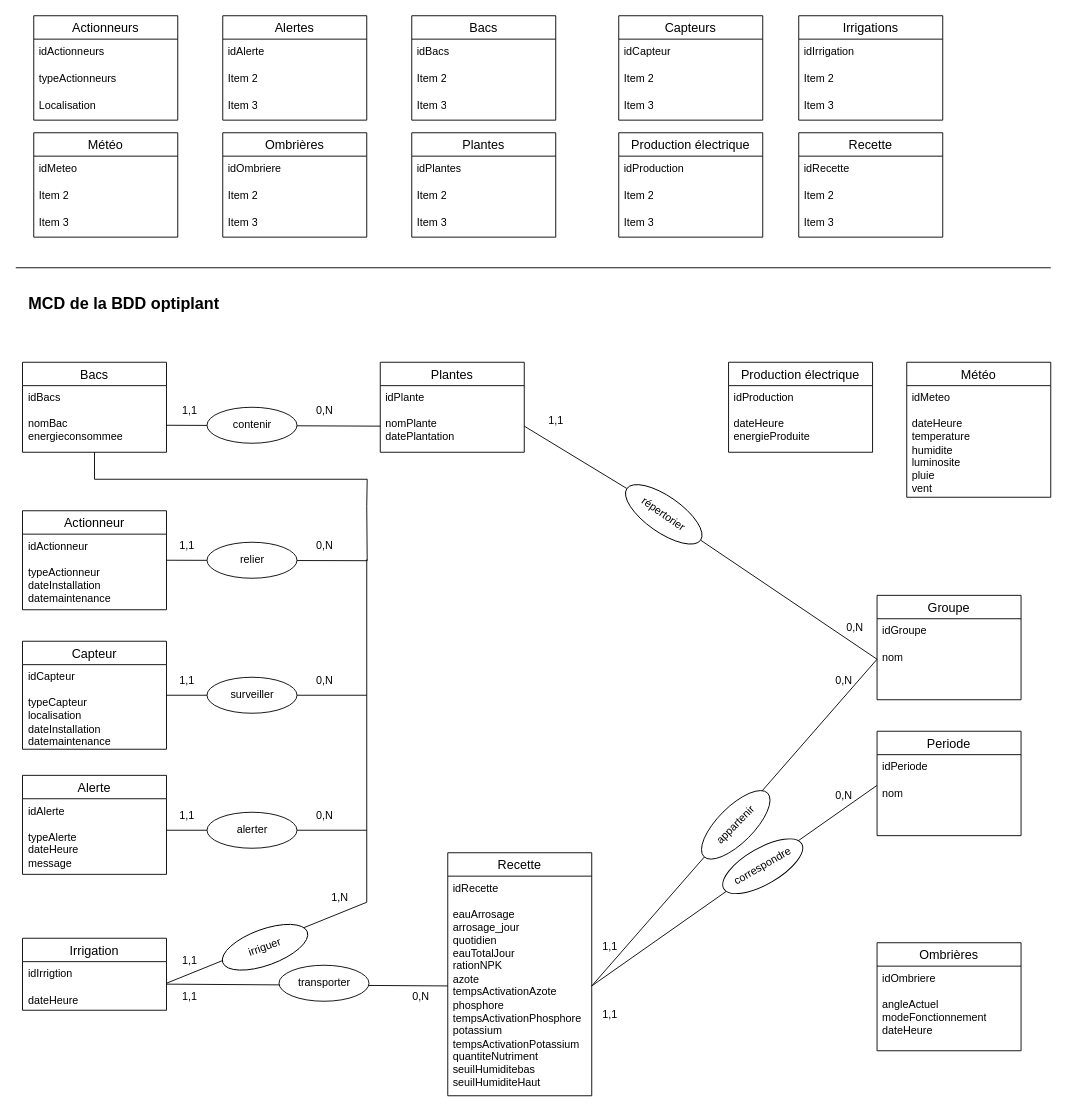
SAE601/BDD keeps this draw.io diagram as MCD.drawio. Above is the earlier version. Source tidied: cells renumbered, new cells numbered last; positions are measured from the earlier drawing's top-left corner, leaving out a move shared by most shapes. Both pictures are drawn from the tidied source at 90%, with x=0, y=0 at pixel (15, 15).
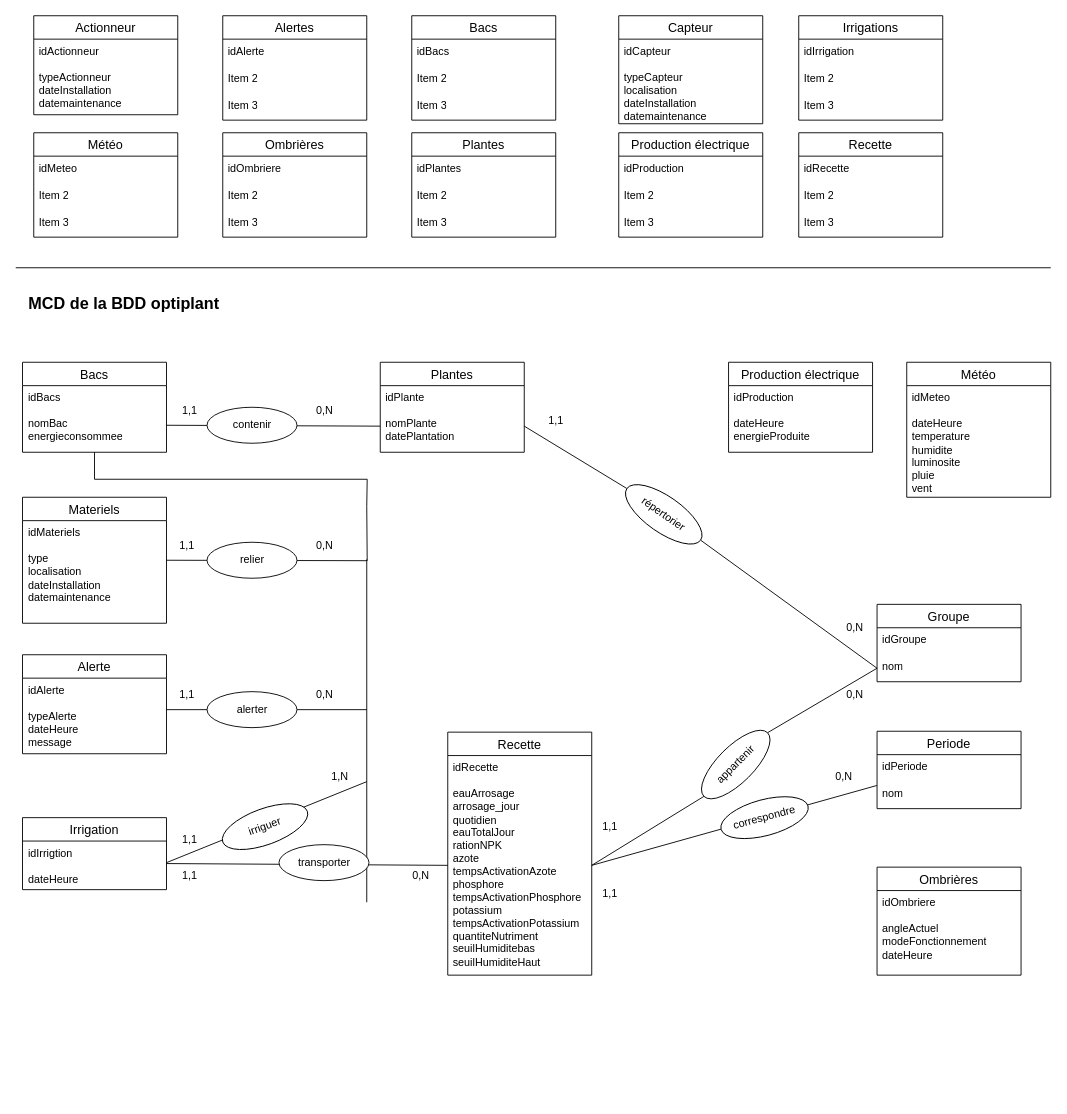
After the change.

The change refers to these unchanged cells:
```xml
<mxCell id="74" value="nom" style="text;strokeColor=none;fillColor=none;spacingLeft=4;spacingRight=4;overflow=hidden;points=[[0,0.5],[1,0.5]];portConstraint=eastwest;fontSize=12;whiteSpace=wrap;html=1;" parent="72" vertex="1">
  <mxGeometry y="56" width="160" height="30" as="geometry" />
</mxCell>
<mxCell id="95" value="&lt;div&gt;idRecette&lt;br&gt;&lt;/div&gt;&lt;div&gt;&lt;br&gt;&lt;/div&gt;&lt;div&gt;eauArrosage&lt;/div&gt;&lt;div&gt;&lt;div&gt;arrosage_jour&lt;/div&gt;&lt;div&gt;quotidien&lt;/div&gt;&lt;div&gt;eauTotalJour&lt;/div&gt;&lt;div&gt;&lt;span style=&quot;font-weight: normal;&quot;&gt;rationNPK&lt;/span&gt;&lt;br&gt;azote&lt;br&gt;tempsActivationAzote&lt;br&gt;phosphore&lt;br&gt;tempsActivationPhosphore&lt;br&gt;potassium&lt;/div&gt;&lt;div&gt;tempsActivationPotassium&lt;br&gt;quantiteNutriment&lt;br&gt;seuilHumiditebas&lt;/div&gt;&lt;div&gt;seuilHumiditeHaut&lt;br&gt;&lt;br&gt;&lt;table class=&quot;table table-striped table-hover table-sm table_results data ajax w-auto&quot;&gt;&lt;thead&gt;&lt;tr&gt;&lt;th class=&quot;draggable position-sticky text-end&quot;&gt;&lt;span style=&quot;font-weight: normal;&quot;&gt;&lt;br&gt;        &lt;br&gt;  &lt;/span&gt;&lt;/th&gt;  &lt;th class=&quot;draggable position-sticky text-end&quot;&gt;&lt;br&gt;&lt;br&gt;        &lt;br&gt;  &lt;/th&gt;  &lt;th class=&quot;draggable position-sticky text-end&quot;&gt;&lt;br&gt;&lt;br&gt;        &lt;br&gt;  &lt;/th&gt;  &lt;th class=&quot;draggable position-sticky text-end&quot;&gt;&lt;br&gt;&lt;br&gt;        &lt;br&gt;  &lt;/th&gt;  &lt;th class=&quot;draggable position-sticky text-end&quot;&gt;&lt;br&gt;&lt;br&gt;        &lt;br&gt;  &lt;/th&gt;  &lt;th class=&quot;draggable position-sticky text-end&quot;&gt;&lt;br&gt;&lt;br&gt;        &lt;br&gt;  &lt;/th&gt;  &lt;th class=&quot;draggable position-sticky text-end&quot;&gt;&lt;br&gt;&lt;br&gt;        &lt;br&gt;  &lt;/th&gt;  &lt;th class=&quot;draggable position-sticky text-end&quot;&gt;&lt;br&gt;&lt;br&gt;        &lt;br&gt;  &lt;/th&gt;  &lt;th class=&quot;draggable position-sticky text-end&quot;&gt;&lt;br&gt;&lt;br&gt;        &lt;br&gt;  &lt;/th&gt;      &lt;td colspan=&quot;4&quot; class=&quot;d-print-none&quot;&gt;&lt;br&gt;&lt;/td&gt;&lt;/tr&gt;&lt;/thead&gt;&lt;/table&gt;&lt;/div&gt;&lt;/div&gt;&lt;div&gt;&lt;br&gt;&lt;/div&gt;" style="text;strokeColor=none;fillColor=none;spacingLeft=4;spacingRight=4;overflow=hidden;points=[[0,0.5],[1,0.5]];portConstraint=eastwest;fontSize=12;whiteSpace=wrap;html=1;" parent="94" vertex="1">
  <mxGeometry y="26" width="160" height="244" as="geometry" />
</mxCell>
```

The edit, as a diff of the source:
```diff
@@
-    <mxCell id="2" value="Actionneurs" style="swimlane;fontStyle=0;horizontal=1;startSize=26;align=center;fontSize=14;" parent="1" vertex="1">
-      <mxGeometry x="20" width="160" height="116" as="geometry" />
-    </mxCell>
-    <mxCell id="3" value="idActionneurs" style="text;strokeColor=none;fillColor=none;spacingLeft=4;spacingRight=4;overflow=hidden;fontSize=12;whiteSpace=wrap;html=1;" parent="2" vertex="1">
-      <mxGeometry y="26" width="160" height="30" as="geometry" />
-    </mxCell>
-    <mxCell id="4" value="typeActionneurs" style="text;strokeColor=none;fillColor=none;spacingLeft=4;spacingRight=4;overflow=hidden;fontSize=12;whiteSpace=wrap;html=1;" parent="2" vertex="1">
-      <mxGeometry y="56" width="160" height="30" as="geometry" />
-    </mxCell>
-    <mxCell id="5" value="Localisation" style="text;strokeColor=none;fillColor=none;spacingLeft=4;spacingRight=4;overflow=hidden;fontSize=12;whiteSpace=wrap;html=1;" parent="2" vertex="1">
-      <mxGeometry y="86" width="160" height="30" as="geometry" />
-    </mxCell>
@@
-    <mxCell id="14" value="Capteurs" style="swimlane;fontStyle=0;horizontal=1;startSize=26;align=center;fontSize=14;" parent="1" vertex="1">
-      <mxGeometry x="670" width="160" height="116" as="geometry" />
-    </mxCell>
-    <mxCell id="15" value="idCapteur" style="text;strokeColor=none;fillColor=none;spacingLeft=4;spacingRight=4;overflow=hidden;fontSize=12;whiteSpace=wrap;html=1;" parent="14" vertex="1">
-      <mxGeometry y="26" width="160" height="30" as="geometry" />
-    </mxCell>
-    <mxCell id="16" value="Item 2" style="text;strokeColor=none;fillColor=none;spacingLeft=4;spacingRight=4;overflow=hidden;fontSize=12;whiteSpace=wrap;html=1;" parent="14" vertex="1">
-      <mxGeometry y="56" width="160" height="30" as="geometry" />
-    </mxCell>
-    <mxCell id="17" value="Item 3" style="text;strokeColor=none;fillColor=none;spacingLeft=4;spacingRight=4;overflow=hidden;fontSize=12;whiteSpace=wrap;html=1;" parent="14" vertex="1">
-      <mxGeometry y="86" width="160" height="30" as="geometry" />
-    </mxCell>
@@
-    <mxCell id="52" value="Actionneur" style="swimlane;fontStyle=0;horizontal=1;startSize=26;align=center;fontSize=14;" parent="1" vertex="1">
-      <mxGeometry x="7.5" y="550" width="160" height="110" as="geometry" />
-    </mxCell>
-    <mxCell id="53" value="&lt;div&gt;idActionneur&lt;/div&gt;&lt;div&gt;&lt;br&gt;&lt;/div&gt;&lt;div&gt;typeActionneur&lt;/div&gt;&lt;div&gt;dateInstallation&lt;/div&gt;&lt;div&gt;datemaintenance&lt;br&gt;&lt;/div&gt;" style="text;strokeColor=none;fillColor=none;spacingLeft=4;spacingRight=4;overflow=hidden;fontSize=12;whiteSpace=wrap;html=1;" parent="52" vertex="1">
-      <mxGeometry y="26" width="160" height="84" as="geometry" />
-    </mxCell>
@@
-    <mxCell id="58" value="Capteur" style="swimlane;fontStyle=0;horizontal=1;startSize=26;align=center;fontSize=14;" parent="1" vertex="1">
-      <mxGeometry x="7.5" y="695" width="160" height="120" as="geometry" />
-    </mxCell>
-    <mxCell id="59" value="&lt;div&gt;idCapteur&lt;/div&gt;&lt;div&gt;&lt;br&gt;&lt;/div&gt;&lt;div&gt;typeCapteur&lt;/div&gt;&lt;div&gt;localisation&lt;/div&gt;&lt;div&gt;dateInstallation&lt;/div&gt;&lt;div&gt;datemaintenance&lt;br&gt;&lt;/div&gt;" style="text;strokeColor=none;fillColor=none;spacingLeft=4;spacingRight=4;overflow=hidden;fontSize=12;whiteSpace=wrap;html=1;" parent="58" vertex="1">
-      <mxGeometry y="26" width="160" height="94" as="geometry" />
-    </mxCell>
-    <mxCell id="60" style="endArrow=none;html=1;rounded=0;" parent="1" edge="1">
-      <mxGeometry relative="1" as="geometry">
-        <mxPoint x="167.5" y="755" as="sourcePoint" />
-        <mxPoint x="390" y="755" as="targetPoint" />
-      </mxGeometry>
-    </mxCell>
-    <mxCell id="61" value="surveiller" style="ellipse;whiteSpace=wrap;html=1;align=center;" parent="1" vertex="1">
-      <mxGeometry x="212.5" y="735" width="100" height="40" as="geometry" />
-    </mxCell>
-    <mxCell id="62" value="1,1" style="text;html=1;align=center;verticalAlign=middle;strokeColor=none;fillColor=none;" parent="1" vertex="1">
-      <mxGeometry x="170" y="724" width="40" height="30" as="geometry" />
-    </mxCell>
-    <mxCell id="63" value="0,N" style="text;html=1;align=center;verticalAlign=middle;strokeColor=none;fillColor=none;" parent="1" vertex="1">
-      <mxGeometry x="322.5" y="724" width="40" height="30" as="geometry" />
-    </mxCell>
     <mxCell id="64" value="Alerte" style="swimlane;fontStyle=0;horizontal=1;startSize=26;align=center;fontSize=14;" parent="1" vertex="1">
-      <mxGeometry x="7.5" y="844" width="160" height="110" as="geometry" />
+      <mxGeometry x="7.5" y="710" width="160" height="110" as="geometry" />
     </mxCell>
@@
     <mxCell id="66" style="endArrow=none;html=1;rounded=0;" parent="1" edge="1">
       <mxGeometry relative="1" as="geometry">
-        <mxPoint x="167.5" y="905" as="sourcePoint" />
-        <mxPoint x="390" y="905" as="targetPoint" />
+        <mxPoint x="167.5" y="771" as="sourcePoint" />
+        <mxPoint x="390" y="771" as="targetPoint" />
       </mxGeometry>
     </mxCell>
     <mxCell id="67" value="alerter" style="ellipse;whiteSpace=wrap;html=1;align=center;" parent="1" vertex="1">
-      <mxGeometry x="212.5" y="885" width="100" height="40" as="geometry" />
+      <mxGeometry x="212.5" y="751" width="100" height="40" as="geometry" />
     </mxCell>
     <mxCell id="68" value="1,1" style="text;html=1;align=center;verticalAlign=middle;strokeColor=none;fillColor=none;" parent="1" vertex="1">
-      <mxGeometry x="170" y="874" width="40" height="30" as="geometry" />
+      <mxGeometry x="170" y="740" width="40" height="30" as="geometry" />
     </mxCell>
     <mxCell id="69" value="0,N" style="text;html=1;align=center;verticalAlign=middle;strokeColor=none;fillColor=none;" parent="1" vertex="1">
-      <mxGeometry x="322.5" y="874" width="40" height="30" as="geometry" />
+      <mxGeometry x="322.5" y="740" width="40" height="30" as="geometry" />
     </mxCell>
@@
-    <mxCell id="71" value="&amp;nbsp;" style="text;strokeColor=none;fillColor=none;spacingLeft=4;spacingRight=4;overflow=hidden;fontSize=12;whiteSpace=wrap;html=1;" parent="1" vertex="1">
-      <mxGeometry x="928.5" y="724" width="160" height="30" as="geometry" />
-    </mxCell>
     <mxCell id="72" value="Groupe" style="swimlane;fontStyle=0;horizontal=1;startSize=26;align=center;fontSize=14;" parent="1" vertex="1">
-      <mxGeometry x="957" y="644" width="160" height="116" as="geometry" />
+      <mxGeometry x="957" y="654" width="160" height="86" as="geometry" />
     </mxCell>
@@
-    <mxCell id="75" value="&amp;nbsp;" style="text;strokeColor=none;fillColor=none;spacingLeft=4;spacingRight=4;overflow=hidden;fontSize=12;whiteSpace=wrap;html=1;" parent="72" vertex="1">
-      <mxGeometry y="86" width="160" height="30" as="geometry" />
-    </mxCell>
-    <mxCell id="76" style="endArrow=none;html=1;rounded=0;entryX=0;entryY=0.5;entryDx=0;entryDy=0;exitX=1;exitY=0.5;exitDx=0;exitDy=0;" parent="1" edge="1" source="95" target="74">
+    <mxCell id="76" style="endArrow=none;html=1;rounded=0;entryX=0;entryY=0.5;entryDx=0;entryDy=0;exitX=1;exitY=0.5;exitDx=0;exitDy=0;" parent="1" edge="1" source="77" target="74">
       <mxGeometry relative="1" as="geometry" />
     </mxCell>
-    <mxCell id="77" value="appartenir" style="ellipse;whiteSpace=wrap;html=1;align=center;rotation=-45;" parent="1" vertex="1">
-      <mxGeometry x="750" y="879" width="100" height="40" as="geometry" />
-    </mxCell>
     <mxCell id="78" value="1,1" style="text;html=1;align=center;verticalAlign=middle;strokeColor=none;fillColor=none;" parent="1" vertex="1">
-      <mxGeometry x="640" y="1095" width="40" height="30" as="geometry" />
+      <mxGeometry x="640" y="961" width="40" height="30" as="geometry" />
     </mxCell>
     <mxCell id="79" value="0,N" style="text;html=1;align=center;verticalAlign=middle;strokeColor=none;fillColor=none;" parent="1" vertex="1">
-      <mxGeometry x="900" y="724" width="40" height="30" as="geometry" />
+      <mxGeometry x="912" y="740" width="40" height="30" as="geometry" />
     </mxCell>
@@
     <mxCell id="82" value="1,1" style="text;html=1;align=center;verticalAlign=middle;strokeColor=none;fillColor=none;" parent="1" vertex="1">
-      <mxGeometry x="640" y="1020" width="40" height="30" as="geometry" />
+      <mxGeometry x="640" y="886" width="40" height="30" as="geometry" />
     </mxCell>
     <mxCell id="83" value="0,N" style="text;html=1;align=center;verticalAlign=middle;strokeColor=none;fillColor=none;" parent="1" vertex="1">
-      <mxGeometry x="900" y="852" width="40" height="30" as="geometry" />
+      <mxGeometry x="900" y="831" width="40" height="30" as="geometry" />
     </mxCell>
     <mxCell id="84" value="Periode" style="swimlane;fontStyle=0;horizontal=1;startSize=26;align=center;fontSize=14;" parent="1" vertex="1">
-      <mxGeometry x="957" y="795" width="160" height="116" as="geometry" />
+      <mxGeometry x="957" y="795" width="160" height="86" as="geometry" />
     </mxCell>
@@
-    <mxCell id="87" value="&amp;nbsp;" style="text;strokeColor=none;fillColor=none;spacingLeft=4;spacingRight=4;overflow=hidden;fontSize=12;whiteSpace=wrap;html=1;" parent="84" vertex="1">
-      <mxGeometry y="86" width="160" height="30" as="geometry" />
-    </mxCell>
     <mxCell id="88" value="Irrigation" style="swimlane;fontStyle=0;horizontal=1;startSize=26;align=center;fontSize=14;" parent="1" vertex="1">
-      <mxGeometry x="7.5" y="1025" width="160" height="80" as="geometry" />
+      <mxGeometry x="7.5" y="891" width="160" height="80" as="geometry" />
     </mxCell>
@@
     <mxCell id="90" style="endArrow=none;html=1;rounded=0;" parent="1" edge="1">
       <mxGeometry relative="1" as="geometry">
-        <mxPoint x="167.5" y="1075" as="sourcePoint" />
-        <mxPoint x="390" y="985" as="targetPoint" />
+        <mxPoint x="167.5" y="941" as="sourcePoint" />
+        <mxPoint x="390" y="851" as="targetPoint" />
       </mxGeometry>
     </mxCell>
     <mxCell id="91" value="irriguer" style="ellipse;whiteSpace=wrap;html=1;align=center;rotation=-20;" parent="1" vertex="1">
-      <mxGeometry x="227" y="1015" width="100" height="40" as="geometry" />
+      <mxGeometry x="227" y="881" width="100" height="40" as="geometry" />
     </mxCell>
     <mxCell id="92" value="1,1" style="text;html=1;align=center;verticalAlign=middle;strokeColor=none;fillColor=none;" parent="1" vertex="1">
-      <mxGeometry x="172.5" y="1035" width="40" height="30" as="geometry" />
+      <mxGeometry x="172.5" y="901" width="40" height="30" as="geometry" />
     </mxCell>
     <mxCell id="93" value="1,N" style="text;html=1;align=center;verticalAlign=middle;strokeColor=none;fillColor=none;" parent="1" vertex="1">
-      <mxGeometry x="340" y="965" width="40" height="30" as="geometry" />
+      <mxGeometry x="340" y="831" width="40" height="30" as="geometry" />
     </mxCell>
     <mxCell id="94" value="Recette" style="swimlane;fontStyle=0;horizontal=1;startSize=26;align=center;fontSize=14;" parent="1" vertex="1">
-      <mxGeometry x="480" y="930" width="160" height="270" as="geometry" />
+      <mxGeometry x="480" y="796" width="160" height="270" as="geometry" />
     </mxCell>
@@
     <mxCell id="96" value="1,1" style="text;html=1;align=center;verticalAlign=middle;strokeColor=none;fillColor=none;" parent="1" vertex="1">
-      <mxGeometry x="172.5" y="1075" width="40" height="30" as="geometry" />
+      <mxGeometry x="172.5" y="941" width="40" height="30" as="geometry" />
     </mxCell>
     <mxCell id="97" value="0,N" style="text;html=1;align=center;verticalAlign=middle;strokeColor=none;fillColor=none;" parent="1" vertex="1">
-      <mxGeometry x="430" y="1075" width="40" height="30" as="geometry" />
+      <mxGeometry x="430" y="941" width="40" height="30" as="geometry" />
     </mxCell>
     <mxCell id="98" style="endArrow=none;html=1;rounded=0;entryX=0;entryY=0.5;entryDx=0;entryDy=0;exitX=1;exitY=0.5;exitDx=0;exitDy=0;" parent="1" edge="1" target="95">
       <mxGeometry relative="1" as="geometry">
-        <mxPoint x="167.5" y="1076" as="sourcePoint" />
+        <mxPoint x="167.5" y="942" as="sourcePoint" />
       </mxGeometry>
     </mxCell>
@@
     <mxCell id="104" value="transporter" style="ellipse;whiteSpace=wrap;html=1;align=center;rotation=0;" parent="1" vertex="1">
-      <mxGeometry x="292.5" y="1055" width="100" height="40" as="geometry" />
+      <mxGeometry x="292.5" y="921" width="100" height="40" as="geometry" />
     </mxCell>
-    <mxCell id="105" value="correspondre" style="ellipse;whiteSpace=wrap;html=1;align=center;rotation=-30;" parent="1" vertex="1">
-      <mxGeometry x="780" y="925" width="100" height="40" as="geometry" />
+    <mxCell id="105" value="correspondre" style="ellipse;whiteSpace=wrap;html=1;align=center;rotation=-15;" parent="1" vertex="1">
+      <mxGeometry x="782" y="871" width="100" height="40" as="geometry" />
     </mxCell>
@@
     <mxCell id="111" value="Ombrières" style="swimlane;fontStyle=0;horizontal=1;startSize=26;align=center;fontSize=14;" parent="1" vertex="1">
-      <mxGeometry x="957" y="1030" width="160" height="120" as="geometry" />
+      <mxGeometry x="957" y="946" width="160" height="120" as="geometry" />
     </mxCell>
@@
+    <mxCell id="113" value="Materiels" style="swimlane;fontStyle=0;horizontal=1;startSize=26;align=center;fontSize=14;" parent="1" vertex="1">
+      <mxGeometry x="7.5" y="535" width="160" height="140" as="geometry" />
+    </mxCell>
+    <mxCell id="114" value="&lt;div&gt;idMateriels&lt;/div&gt;&lt;div&gt;&lt;br&gt;&lt;/div&gt;&lt;div&gt;type&lt;/div&gt;&lt;div&gt;localisation&lt;br&gt;&lt;/div&gt;&lt;div&gt;dateInstallation&lt;/div&gt;&lt;div&gt;datemaintenance&lt;br&gt;&lt;/div&gt;" style="text;strokeColor=none;fillColor=none;spacingLeft=4;spacingRight=4;overflow=hidden;fontSize=12;whiteSpace=wrap;html=1;" parent="113" vertex="1">
+      <mxGeometry y="26" width="160" height="114" as="geometry" />
+    </mxCell>
+    <mxCell id="52" value="Actionneur" style="swimlane;fontStyle=0;horizontal=1;startSize=26;align=center;fontSize=14;" parent="1" vertex="1">
+      <mxGeometry x="20" width="160" height="110" as="geometry" />
+    </mxCell>
+    <mxCell id="53" value="&lt;div&gt;idActionneur&lt;/div&gt;&lt;div&gt;&lt;br&gt;&lt;/div&gt;&lt;div&gt;typeActionneur&lt;/div&gt;&lt;div&gt;dateInstallation&lt;/div&gt;&lt;div&gt;datemaintenance&lt;br&gt;&lt;/div&gt;" style="text;strokeColor=none;fillColor=none;spacingLeft=4;spacingRight=4;overflow=hidden;fontSize=12;whiteSpace=wrap;html=1;" parent="52" vertex="1">
+      <mxGeometry y="26" width="160" height="84" as="geometry" />
+    </mxCell>
+    <mxCell id="58" value="Capteur" style="swimlane;fontStyle=0;horizontal=1;startSize=26;align=center;fontSize=14;" parent="1" vertex="1">
+      <mxGeometry x="670" width="160" height="120" as="geometry" />
+    </mxCell>
+    <mxCell id="59" value="&lt;div&gt;idCapteur&lt;/div&gt;&lt;div&gt;&lt;br&gt;&lt;/div&gt;&lt;div&gt;typeCapteur&lt;/div&gt;&lt;div&gt;localisation&lt;/div&gt;&lt;div&gt;dateInstallation&lt;/div&gt;&lt;div&gt;datemaintenance&lt;br&gt;&lt;/div&gt;" style="text;strokeColor=none;fillColor=none;spacingLeft=4;spacingRight=4;overflow=hidden;fontSize=12;whiteSpace=wrap;html=1;" parent="58" vertex="1">
+      <mxGeometry y="26" width="160" height="94" as="geometry" />
+    </mxCell>
+    <mxCell id="115" style="endArrow=none;html=1;rounded=0;entryX=0;entryY=0.5;entryDx=0;entryDy=0;exitX=1;exitY=0.5;exitDx=0;exitDy=0;" parent="1" edge="1" source="95" target="77">
+      <mxGeometry relative="1" as="geometry" />
+    </mxCell>
+    <mxCell id="77" value="appartenir" style="ellipse;whiteSpace=wrap;html=1;align=center;rotation=-45;" parent="1" vertex="1">
+      <mxGeometry x="750" y="812" width="100" height="40" as="geometry" />
+    </mxCell>
```
